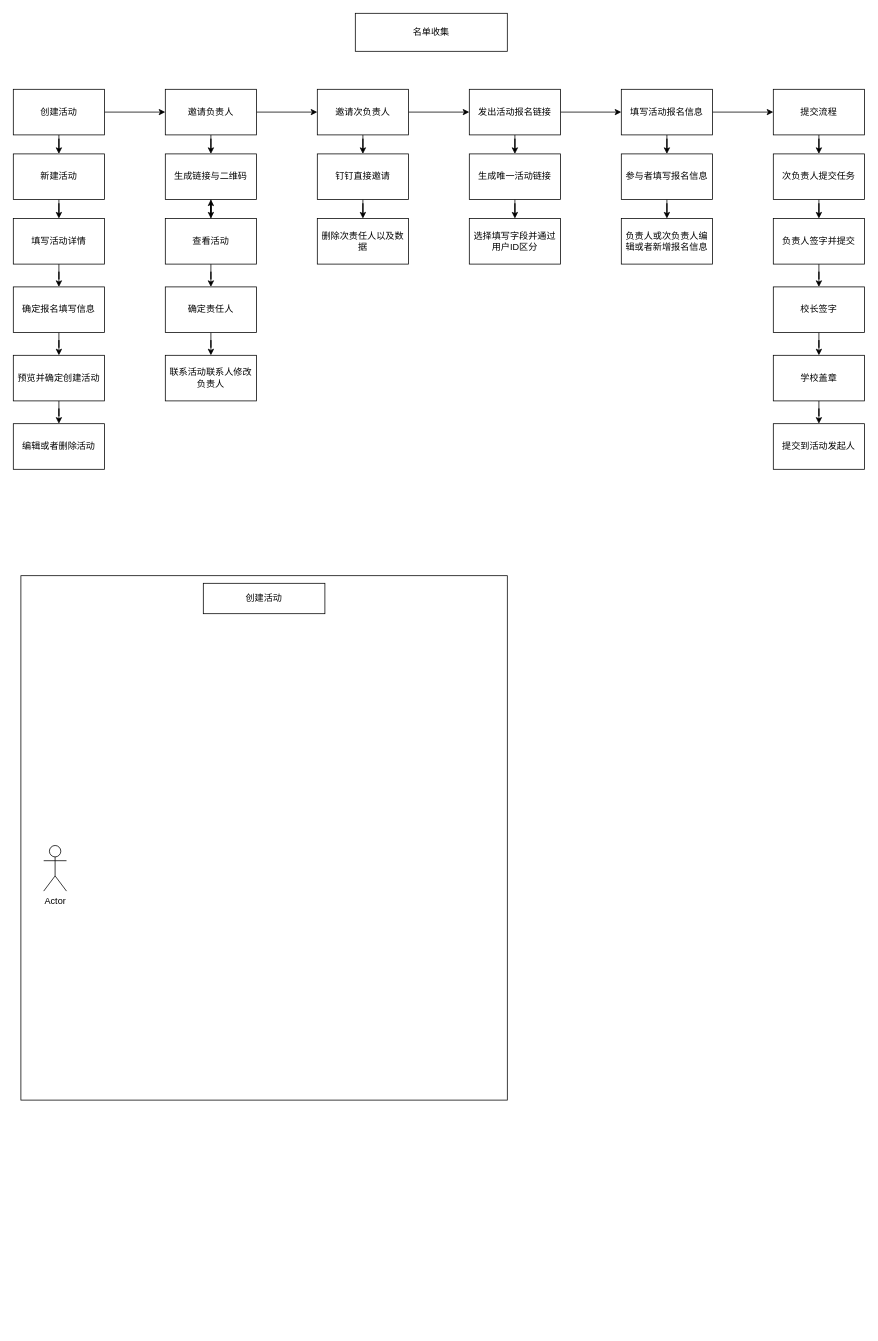
kingzjp/kingzhang keeps this draw.io diagram as dad流程图.drawio. Above is the earlier version. Source tidied: cells renumbered, new cells numbered last; positions are measured from the earlier drawing's top-left corner, leaving out a move shared by most shapes. Both pictures are drawn from the tidied source at 76%, with x=0, y=0 at pixel (13, 13).
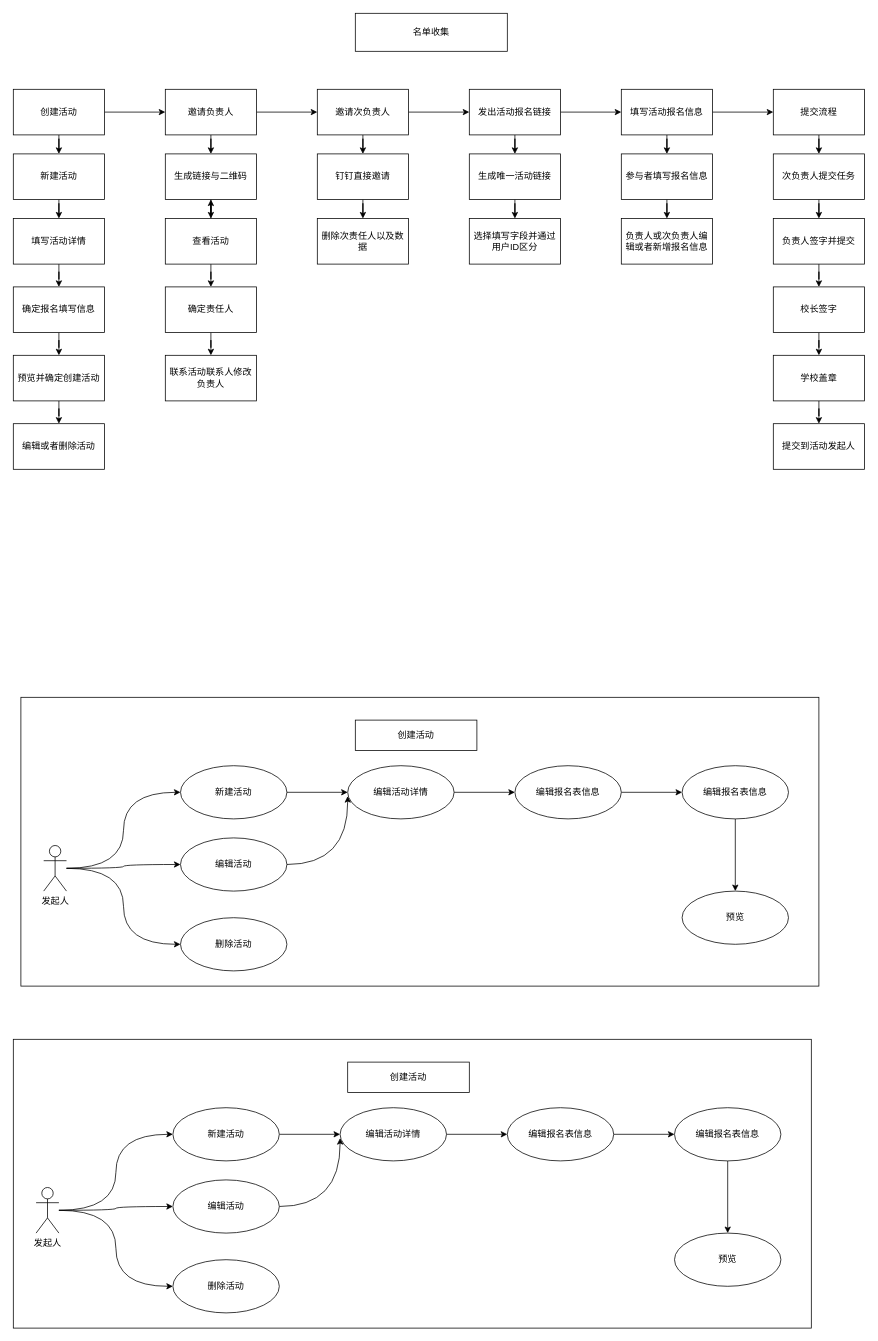
The same page after the edit.

Change to the diagram source:
```diff
@@
     <mxCell id="2" style="rounded=0;whiteSpace=wrap;html=1;" parent="1" vertex="1">
-      <mxGeometry x="10" y="740" width="640" height="690" as="geometry" />
+      <mxGeometry x="10" y="900" width="1050" height="380" as="geometry" />
     </mxCell>
@@
+    <mxCell id="58" style="edgeStyle=orthogonalEdgeStyle;rounded=0;jettySize=auto;html=1;curved=1;entryX=1;entryY=0.5;entryDx=0;entryDy=0;" parent="1" edge="1" source="56" target="62">
+      <mxGeometry relative="1" as="geometry" />
+    </mxCell>
+    <mxCell id="59" style="edgeStyle=orthogonalEdgeStyle;rounded=0;jettySize=auto;html=1;curved=1;entryX=1;entryY=0.5;entryDx=0;entryDy=0;" parent="1" edge="1" source="56" target="64">
+      <mxGeometry relative="1" as="geometry" />
+    </mxCell>
+    <mxCell id="60" style="edgeStyle=orthogonalEdgeStyle;rounded=0;jettySize=auto;html=1;entryX=1;entryY=0.5;entryDx=0;entryDy=0;curved=1;" parent="1" edge="1" source="56" target="65">
+      <mxGeometry relative="1" as="geometry" />
+    </mxCell>
-    <mxCell id="56" value="Actor" style="shape=umlActor;verticalLabelPosition=bottom;verticalAlign=top;html=1;" parent="1" vertex="1">
+    <mxCell id="56" value="发起人" style="shape=umlActor;verticalLabelPosition=bottom;verticalAlign=top;html=1;" parent="1" vertex="1">
       <mxGeometry x="40" y="1095" width="30" height="60" as="geometry" />
     </mxCell>
     <mxCell id="57" value="创建活动" style="rounded=0;whiteSpace=wrap;html=1;" parent="1" vertex="1">
-      <mxGeometry x="250" y="750" width="160" height="40" as="geometry" />
+      <mxGeometry x="450" y="930" width="160" height="40" as="geometry" />
     </mxCell>
+    <mxCell id="61" style="edgeStyle=orthogonalEdgeStyle;rounded=0;jettySize=auto;html=1;" parent="1" edge="1" source="62" target="67">
+      <mxGeometry relative="1" as="geometry" />
+    </mxCell>
+    <mxCell id="62" value="新建活动" style="ellipse;whiteSpace=wrap;html=1;verticalAlign=middle;direction=west;" parent="1" vertex="1">
+      <mxGeometry x="220" y="990" width="140" height="70" as="geometry" />
+    </mxCell>
+    <mxCell id="63" style="edgeStyle=orthogonalEdgeStyle;rounded=0;jettySize=auto;html=1;exitX=0;exitY=0.5;exitDx=0;exitDy=0;curved=1;" parent="1" edge="1" source="64">
+      <mxGeometry relative="1" as="geometry">
+        <mxPoint x="440" y="1030" as="targetPoint" />
+      </mxGeometry>
+    </mxCell>
+    <mxCell id="64" value="编辑活动" style="ellipse;whiteSpace=wrap;html=1;verticalAlign=middle;direction=west;" parent="1" vertex="1">
+      <mxGeometry x="220" y="1085" width="140" height="70" as="geometry" />
+    </mxCell>
+    <mxCell id="65" value="删除活动" style="ellipse;whiteSpace=wrap;html=1;verticalAlign=middle;direction=west;" parent="1" vertex="1">
+      <mxGeometry x="220" y="1190" width="140" height="70" as="geometry" />
+    </mxCell>
+    <mxCell id="66" style="edgeStyle=orthogonalEdgeStyle;rounded=0;jettySize=auto;html=1;" parent="1" edge="1" source="67" target="69">
+      <mxGeometry relative="1" as="geometry" />
+    </mxCell>
+    <mxCell id="67" value="编辑活动详情" style="ellipse;whiteSpace=wrap;html=1;verticalAlign=middle;direction=west;" parent="1" vertex="1">
+      <mxGeometry x="440" y="990" width="140" height="70" as="geometry" />
+    </mxCell>
+    <mxCell id="68" style="edgeStyle=orthogonalEdgeStyle;rounded=0;jettySize=auto;html=1;" parent="1" edge="1" source="69" target="71">
+      <mxGeometry relative="1" as="geometry" />
+    </mxCell>
+    <mxCell id="69" value="编辑报名表信息" style="ellipse;whiteSpace=wrap;html=1;verticalAlign=middle;direction=west;" parent="1" vertex="1">
+      <mxGeometry x="660" y="990" width="140" height="70" as="geometry" />
+    </mxCell>
+    <mxCell id="70" style="edgeStyle=orthogonalEdgeStyle;rounded=0;jettySize=auto;html=1;" parent="1" edge="1" source="71" target="72">
+      <mxGeometry relative="1" as="geometry" />
+    </mxCell>
+    <mxCell id="71" value="编辑报名表信息" style="ellipse;whiteSpace=wrap;html=1;verticalAlign=middle;direction=west;" parent="1" vertex="1">
+      <mxGeometry x="880" y="990" width="140" height="70" as="geometry" />
+    </mxCell>
+    <mxCell id="72" value="预览" style="ellipse;whiteSpace=wrap;html=1;verticalAlign=middle;direction=west;" parent="1" vertex="1">
+      <mxGeometry x="880" y="1155" width="140" height="70" as="geometry" />
+    </mxCell>
+    <mxCell id="73" style="rounded=0;whiteSpace=wrap;html=1;" parent="1" vertex="1">
+      <mxGeometry y="1350" width="1050" height="380" as="geometry" />
+    </mxCell>
+    <mxCell id="74" style="edgeStyle=orthogonalEdgeStyle;rounded=0;jettySize=auto;html=1;curved=1;entryX=1;entryY=0.5;entryDx=0;entryDy=0;" parent="1" edge="1" source="77" target="80">
+      <mxGeometry relative="1" as="geometry" />
+    </mxCell>
+    <mxCell id="75" style="edgeStyle=orthogonalEdgeStyle;rounded=0;jettySize=auto;html=1;curved=1;entryX=1;entryY=0.5;entryDx=0;entryDy=0;" parent="1" edge="1" source="77" target="82">
+      <mxGeometry relative="1" as="geometry" />
+    </mxCell>
+    <mxCell id="76" style="edgeStyle=orthogonalEdgeStyle;rounded=0;jettySize=auto;html=1;entryX=1;entryY=0.5;entryDx=0;entryDy=0;curved=1;" parent="1" edge="1" source="77" target="83">
+      <mxGeometry relative="1" as="geometry" />
+    </mxCell>
+    <mxCell id="77" value="发起人" style="shape=umlActor;verticalLabelPosition=bottom;verticalAlign=top;html=1;" parent="1" vertex="1">
+      <mxGeometry x="30" y="1545" width="30" height="60" as="geometry" />
+    </mxCell>
+    <mxCell id="78" value="创建活动" style="rounded=0;whiteSpace=wrap;html=1;" parent="1" vertex="1">
+      <mxGeometry x="440" y="1380" width="160" height="40" as="geometry" />
+    </mxCell>
+    <mxCell id="79" style="edgeStyle=orthogonalEdgeStyle;rounded=0;jettySize=auto;html=1;" parent="1" edge="1" source="80" target="85">
+      <mxGeometry relative="1" as="geometry" />
+    </mxCell>
+    <mxCell id="80" value="新建活动" style="ellipse;whiteSpace=wrap;html=1;verticalAlign=middle;direction=west;" parent="1" vertex="1">
+      <mxGeometry x="210" y="1440" width="140" height="70" as="geometry" />
+    </mxCell>
+    <mxCell id="81" style="edgeStyle=orthogonalEdgeStyle;rounded=0;jettySize=auto;html=1;exitX=0;exitY=0.5;exitDx=0;exitDy=0;curved=1;" parent="1" edge="1" source="82">
+      <mxGeometry relative="1" as="geometry">
+        <mxPoint x="430" y="1480" as="targetPoint" />
+      </mxGeometry>
+    </mxCell>
+    <mxCell id="82" value="编辑活动" style="ellipse;whiteSpace=wrap;html=1;verticalAlign=middle;direction=west;" parent="1" vertex="1">
+      <mxGeometry x="210" y="1535" width="140" height="70" as="geometry" />
+    </mxCell>
+    <mxCell id="83" value="删除活动" style="ellipse;whiteSpace=wrap;html=1;verticalAlign=middle;direction=west;" parent="1" vertex="1">
+      <mxGeometry x="210" y="1640" width="140" height="70" as="geometry" />
+    </mxCell>
+    <mxCell id="84" style="edgeStyle=orthogonalEdgeStyle;rounded=0;jettySize=auto;html=1;" parent="1" edge="1" source="85" target="87">
+      <mxGeometry relative="1" as="geometry" />
+    </mxCell>
+    <mxCell id="85" value="编辑活动详情" style="ellipse;whiteSpace=wrap;html=1;verticalAlign=middle;direction=west;" parent="1" vertex="1">
+      <mxGeometry x="430" y="1440" width="140" height="70" as="geometry" />
+    </mxCell>
+    <mxCell id="86" style="edgeStyle=orthogonalEdgeStyle;rounded=0;jettySize=auto;html=1;" parent="1" edge="1" source="87" target="89">
+      <mxGeometry relative="1" as="geometry" />
+    </mxCell>
+    <mxCell id="87" value="编辑报名表信息" style="ellipse;whiteSpace=wrap;html=1;verticalAlign=middle;direction=west;" parent="1" vertex="1">
+      <mxGeometry x="650" y="1440" width="140" height="70" as="geometry" />
+    </mxCell>
+    <mxCell id="88" style="edgeStyle=orthogonalEdgeStyle;rounded=0;jettySize=auto;html=1;" parent="1" edge="1" source="89" target="90">
+      <mxGeometry relative="1" as="geometry" />
+    </mxCell>
+    <mxCell id="89" value="编辑报名表信息" style="ellipse;whiteSpace=wrap;html=1;verticalAlign=middle;direction=west;" parent="1" vertex="1">
+      <mxGeometry x="870" y="1440" width="140" height="70" as="geometry" />
+    </mxCell>
+    <mxCell id="90" value="预览" style="ellipse;whiteSpace=wrap;html=1;verticalAlign=middle;direction=west;" parent="1" vertex="1">
+      <mxGeometry x="870" y="1605" width="140" height="70" as="geometry" />
+    </mxCell>
```
